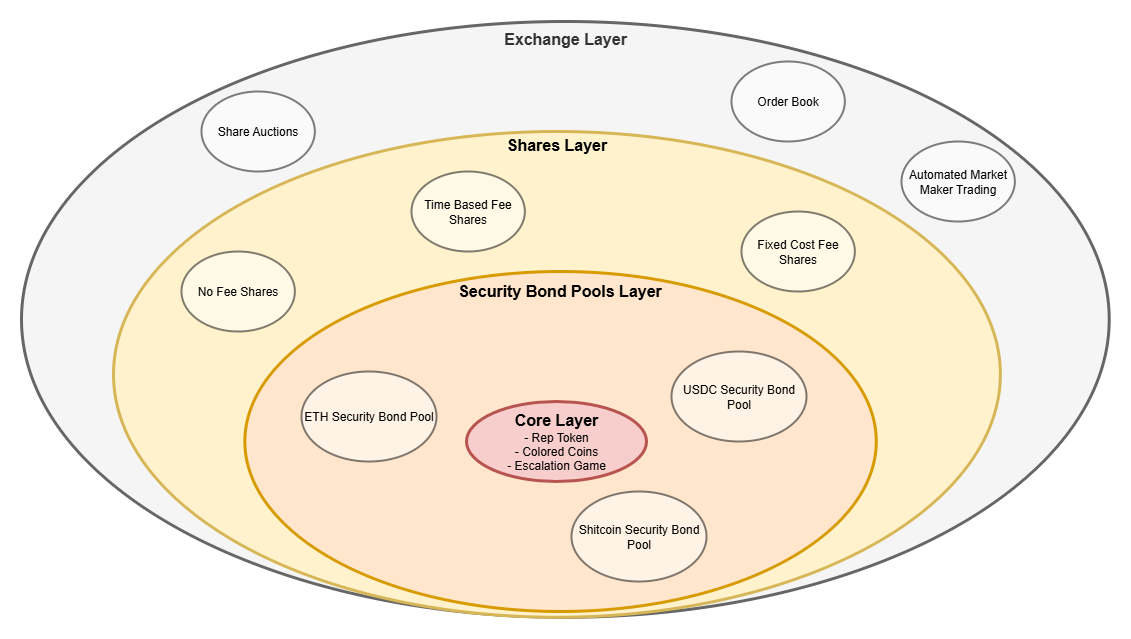
AugurProject/oracle-research keeps this draw.io diagram as second_draft_whitepaper/images/layers.png. Above is the earlier version. Source tidied: cells renumbered, new cells last; positions are measured from the earlier drawing's top-left corner, leaving out a move shared by most shapes.
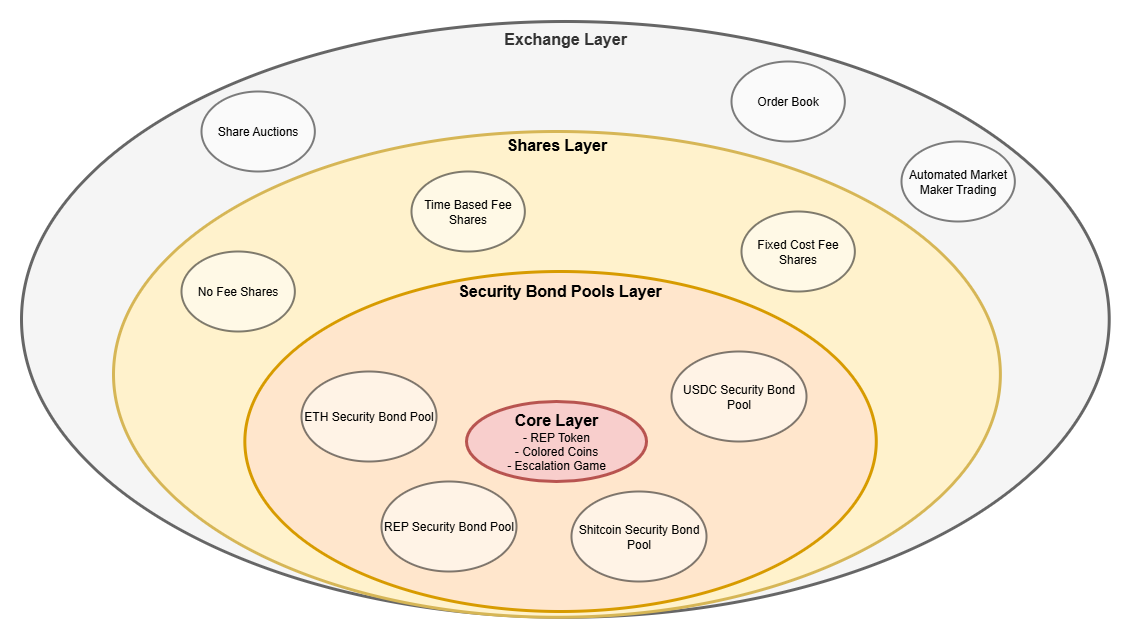
After the change.

What changed in the source:
```diff
@@ -11,7 +11,7 @@
     <mxCell id="4" value="&lt;b&gt;&lt;font style=&quot;font-size: 16px;&quot;&gt;Security Bond Pools Layer&lt;/font&gt;&lt;/b&gt;&lt;div&gt;&lt;br&gt;&lt;/div&gt;&lt;div&gt;&lt;br&gt;&lt;/div&gt;&lt;div&gt;&lt;br&gt;&lt;/div&gt;&lt;div&gt;&lt;br&gt;&lt;/div&gt;&lt;div&gt;&lt;br&gt;&lt;/div&gt;&lt;div&gt;&lt;br&gt;&lt;/div&gt;&lt;div&gt;&lt;br&gt;&lt;/div&gt;&lt;div&gt;&lt;br&gt;&lt;/div&gt;&lt;div&gt;&lt;br&gt;&lt;/div&gt;&lt;div&gt;&lt;br&gt;&lt;/div&gt;&lt;div&gt;&lt;br&gt;&lt;/div&gt;&lt;div&gt;&amp;nbsp; &amp;nbsp; &amp;nbsp; &amp;nbsp; &amp;nbsp;&lt;/div&gt;&lt;div&gt;&lt;br&gt;&lt;/div&gt;&lt;div&gt;&lt;br&gt;&lt;/div&gt;&lt;div&gt;&lt;br&gt;&lt;/div&gt;&lt;div&gt;&lt;br&gt;&lt;/div&gt;&lt;div&gt;&lt;br&gt;&lt;/div&gt;&lt;div&gt;&lt;br&gt;&lt;/div&gt;&lt;div&gt;&lt;br&gt;&lt;/div&gt;&lt;div&gt;&lt;br&gt;&lt;/div&gt;&lt;div&gt;&lt;br&gt;&lt;/div&gt;" style="ellipse;whiteSpace=wrap;html=1;fillColor=#ffe6cc;strokeColor=#d79b00;strokeWidth=3;" parent="1" vertex="1">
       <mxGeometry x="223.3" y="250" width="631.4" height="340" as="geometry" />
     </mxCell>
-    <mxCell id="5" value="&lt;b&gt;&lt;font style=&quot;font-size: 16px;&quot;&gt;Core Layer&lt;/font&gt;&lt;/b&gt;&lt;div&gt;&lt;font style=&quot;&quot;&gt;- Rep Token&lt;/font&gt;&lt;br&gt;&lt;div&gt;- Colored Coins&lt;br&gt;- Escalation Game&lt;/div&gt;&lt;/div&gt;" style="ellipse;whiteSpace=wrap;html=1;fillColor=#f8cecc;strokeColor=#b85450;strokeWidth=3;" parent="1" vertex="1">
+    <mxCell id="5" value="&lt;b&gt;&lt;font style=&quot;font-size: 16px;&quot;&gt;Core Layer&lt;/font&gt;&lt;/b&gt;&lt;div&gt;&lt;font style=&quot;&quot;&gt;- REP Token&lt;/font&gt;&lt;br&gt;&lt;div&gt;- Colored Coins&lt;br&gt;- Escalation Game&lt;/div&gt;&lt;/div&gt;" style="ellipse;whiteSpace=wrap;html=1;fillColor=#f8cecc;strokeColor=#b85450;strokeWidth=3;" parent="1" vertex="1">
       <mxGeometry x="445" y="380" width="180" height="80" as="geometry" />
     </mxCell>
     <mxCell id="6" value="USDC Security Bond Pool" style="ellipse;whiteSpace=wrap;html=1;gradientColor=none;shadow=0;opacity=50;fillColor=default;perimeterSpacing=1;strokeWidth=2;fillStyle=auto;" parent="1" vertex="1">
@@ -41,5 +41,8 @@
     <mxCell id="14" value="Shitcoin Security Bond Pool" style="ellipse;whiteSpace=wrap;html=1;shadow=0;opacity=50;fillColor=default;perimeterSpacing=1;strokeWidth=2;fillStyle=auto;gradientColor=none;" parent="1" vertex="1">
       <mxGeometry x="550" y="470" width="135" height="90" as="geometry" />
     </mxCell>
+    <mxCell id="15" value="REP Security Bond Pool" style="ellipse;whiteSpace=wrap;html=1;gradientColor=none;shadow=0;opacity=50;fillColor=default;perimeterSpacing=1;strokeWidth=2;fillStyle=auto;" parent="1" vertex="1">
+      <mxGeometry x="360" y="460" width="135" height="90" as="geometry" />
+    </mxCell>
   </root>
 </mxGraphModel>
```
